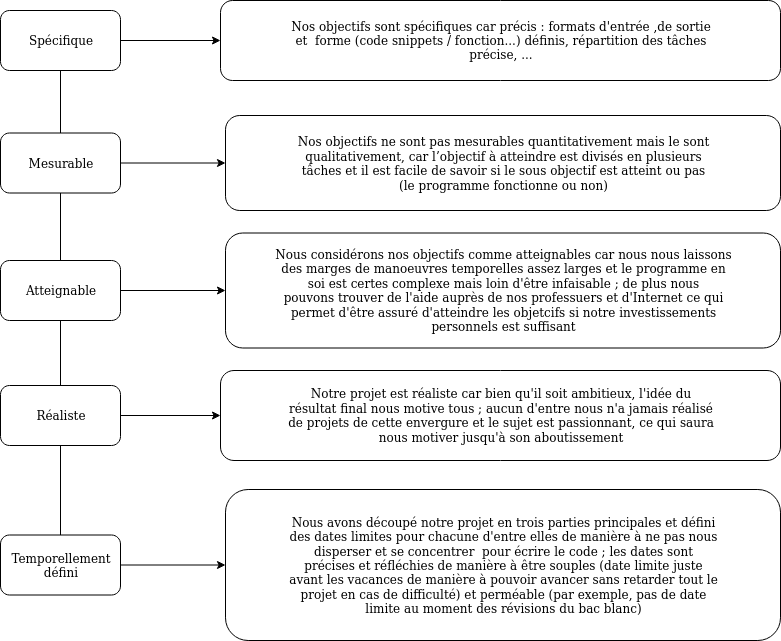
loune20/isn-classification-bayesienne-naive keeps this draw.io diagram as sprint_1/smart.png. Above is the earlier version. Source tidied: cells renumbered, new cells last; positions are measured from the earlier drawing's top-left corner, leaving out a move shared by most shapes. Source of this version:
```xml
<mxGraphModel>
  <root>
    <mxCell id="0" />
    <mxCell id="1" parent="0" />
    <mxCell id="2" style="edgeStyle=orthogonalEdgeStyle;rounded=0;jettySize=auto;html=1;entryX=0;entryY=0.5;entryDx=0;entryDy=0;" parent="1" edge="1" source="3" target="16">
      <mxGeometry relative="1" as="geometry" />
    </mxCell>
    <mxCell id="3" value="Spécifique" style="rounded=1;whiteSpace=wrap;html=1;" parent="1" vertex="1">
      <mxGeometry y="10" width="120" height="60" as="geometry" />
    </mxCell>
    <mxCell id="4" style="edgeStyle=orthogonalEdgeStyle;rounded=0;jettySize=auto;html=1;entryX=0;entryY=0.5;entryDx=0;entryDy=0;" parent="1" edge="1" source="5" target="17">
      <mxGeometry relative="1" as="geometry" />
    </mxCell>
    <mxCell id="5" value="Mesurable" style="rounded=1;whiteSpace=wrap;html=1;" parent="1" vertex="1">
      <mxGeometry y="132.5" width="120" height="60" as="geometry" />
    </mxCell>
    <mxCell id="6" style="edgeStyle=orthogonalEdgeStyle;rounded=0;jettySize=auto;html=1;entryX=0;entryY=0.5;entryDx=0;entryDy=0;" parent="1" edge="1" source="7" target="18">
      <mxGeometry relative="1" as="geometry" />
    </mxCell>
    <mxCell id="7" value="Atteignable" style="rounded=1;whiteSpace=wrap;html=1;" parent="1" vertex="1">
      <mxGeometry y="260" width="120" height="60" as="geometry" />
    </mxCell>
    <mxCell id="8" style="edgeStyle=orthogonalEdgeStyle;rounded=0;jettySize=auto;html=1;entryX=0;entryY=0.5;entryDx=0;entryDy=0;" parent="1" edge="1" source="9" target="19">
      <mxGeometry relative="1" as="geometry" />
    </mxCell>
    <mxCell id="9" value="Réaliste" style="rounded=1;whiteSpace=wrap;html=1;" parent="1" vertex="1">
      <mxGeometry y="385" width="120" height="60" as="geometry" />
    </mxCell>
    <mxCell id="10" style="edgeStyle=orthogonalEdgeStyle;rounded=0;jettySize=auto;html=1;" parent="1" edge="1" source="11" target="20">
      <mxGeometry relative="1" as="geometry" />
    </mxCell>
    <mxCell id="11" value="Temporellement défini" style="rounded=1;whiteSpace=wrap;html=1;" parent="1" vertex="1">
      <mxGeometry y="534.5" width="120" height="60" as="geometry" />
    </mxCell>
    <mxCell id="12" style="endArrow=none;html=1;exitX=0.5;exitY=0;exitDx=0;exitDy=0;" parent="1" edge="1" source="5" target="3">
      <mxGeometry relative="1" as="geometry" />
    </mxCell>
    <mxCell id="13" style="endArrow=none;html=1;entryX=0.5;entryY=0;entryDx=0;entryDy=0;exitX=0.5;exitY=1;exitDx=0;exitDy=0;" parent="1" edge="1" source="5" target="7">
      <mxGeometry relative="1" as="geometry" />
    </mxCell>
    <mxCell id="14" style="endArrow=none;html=1;exitX=0.5;exitY=0;exitDx=0;exitDy=0;entryX=0.5;entryY=1;entryDx=0;entryDy=0;" parent="1" edge="1" source="9" target="7">
      <mxGeometry relative="1" as="geometry" />
    </mxCell>
    <mxCell id="15" style="endArrow=none;html=1;exitX=0.5;exitY=0;exitDx=0;exitDy=0;" parent="1" edge="1" source="11" target="9">
      <mxGeometry relative="1" as="geometry" />
    </mxCell>
    <mxCell id="16" value="Nos objectifs sont spécifiques car précis : formats d'entrée ,de sortie &lt;br/&gt;et&amp;nbsp; forme (code snippets / fonction...) définis, répartition des tâches &lt;br/&gt;précise, ..." style="rounded=1;whiteSpace=wrap;html=1;" parent="1" vertex="1">
      <mxGeometry x="220" width="560" height="80" as="geometry" />
    </mxCell>
    <mxCell id="17" value="Nos objectifs ne sont pas mesurables quantitativement mais le sont &lt;br/&gt;qualitativement, car l’objectif à atteindre est divisés en plusieurs &lt;br/&gt;tâches et il est facile de savoir si le sous objectif est atteint ou pas&lt;br/&gt; (le programme fonctionne ou non)" style="rounded=1;whiteSpace=wrap;html=1;" parent="1" vertex="1">
      <mxGeometry x="225" y="115" width="555" height="95" as="geometry" />
    </mxCell>
    <mxCell id="18" value="Nous considérons nos objectifs comme atteignables car nous nous laissons&lt;br/&gt; des marges de manoeuvres temporelles assez larges et le programme en &lt;br/&gt;soi est certes complexe mais loin d'être infaisable ; de plus nous &lt;br/&gt;pouvons trouver de l'aide auprès de nos professuers et d'Internet ce qui&lt;br/&gt; permet d'être assuré d'atteindre les objetcifs si notre investissements&lt;br/&gt; personnels est suffisant" style="rounded=1;whiteSpace=wrap;html=1;" parent="1" vertex="1">
      <mxGeometry x="225" y="232.5" width="555" height="115" as="geometry" />
    </mxCell>
    <mxCell id="19" value="Notre projet est réaliste car bien qu'il soit ambitieux, l'idée du &lt;br/&gt;résultat final nous motive tous ; aucun d'entre nous n'a jamais réalisé &lt;br/&gt;de projets de cette envergure et le sujet est passionnant, ce qui saura &lt;br/&gt;nous motiver jusqu'à son aboutissement " style="rounded=1;whiteSpace=wrap;html=1;" parent="1" vertex="1">
      <mxGeometry x="220" y="370" width="560" height="90" as="geometry" />
    </mxCell>
    <mxCell id="20" value="Nous avons découpé notre projet en trois parties principales et défini &lt;br/&gt;des dates limites pour chacune d'entre elles de manière à ne pas nous &lt;br/&gt;disperser et se concentrer&amp;nbsp; pour écrire le code ; les dates sont &lt;br/&gt;précises et réfléchies de manière à être souples (date limite juste &lt;br/&gt;avant les vacances de manière à pouvoir avancer sans retarder tout le &lt;br/&gt;projet en cas de difficulté) et perméable (par exemple, pas de date &lt;br/&gt;limite au moment des révisions du bac blanc)" style="rounded=1;whiteSpace=wrap;html=1;" parent="1" vertex="1">
      <mxGeometry x="225" y="489" width="555" height="151" as="geometry" />
    </mxCell>
  </root>
</mxGraphModel>
```
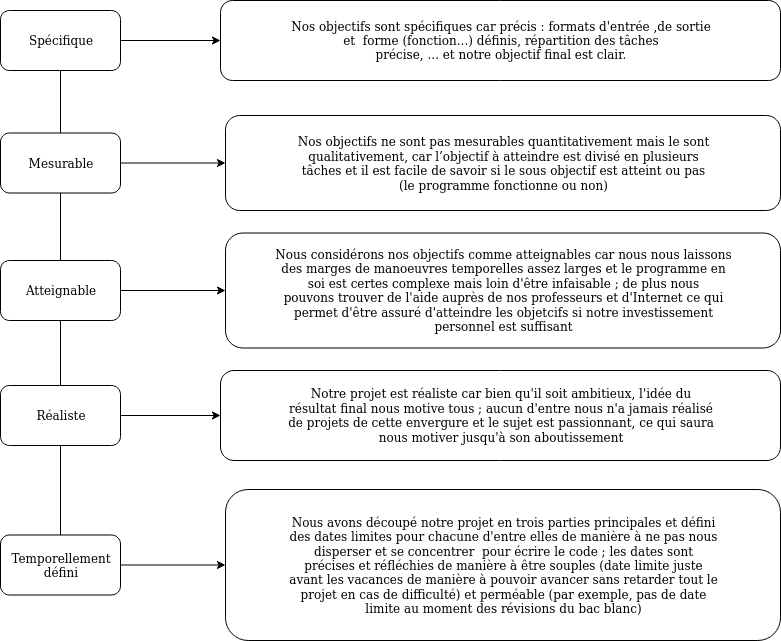
The same diagram one commit later.

Diff of the diagram source:
```diff
@@ -44,13 +44,13 @@
     <mxCell id="15" style="endArrow=none;html=1;exitX=0.5;exitY=0;exitDx=0;exitDy=0;" parent="1" edge="1" source="11" target="9">
       <mxGeometry relative="1" as="geometry" />
     </mxCell>
-    <mxCell id="16" value="Nos objectifs sont spécifiques car précis : formats d'entrée ,de sortie &lt;br/&gt;et&amp;nbsp; forme (code snippets / fonction...) définis, répartition des tâches &lt;br/&gt;précise, ..." style="rounded=1;whiteSpace=wrap;html=1;" parent="1" vertex="1">
+    <mxCell id="16" value="Nos objectifs sont spécifiques car précis : formats d'entrée ,de sortie &lt;br&gt;et&amp;nbsp; forme (fonction...) définis, répartition des tâches &lt;br&gt;précise, ... et notre objectif final est clair." style="rounded=1;whiteSpace=wrap;html=1;" parent="1" vertex="1">
       <mxGeometry x="220" width="560" height="80" as="geometry" />
     </mxCell>
-    <mxCell id="17" value="Nos objectifs ne sont pas mesurables quantitativement mais le sont &lt;br/&gt;qualitativement, car l’objectif à atteindre est divisés en plusieurs &lt;br/&gt;tâches et il est facile de savoir si le sous objectif est atteint ou pas&lt;br/&gt; (le programme fonctionne ou non)" style="rounded=1;whiteSpace=wrap;html=1;" parent="1" vertex="1">
+    <mxCell id="17" value="Nos objectifs ne sont pas mesurables quantitativement mais le sont &lt;br&gt;qualitativement, car l’objectif à atteindre est divisé en plusieurs &lt;br&gt;tâches et il est facile de savoir si le sous objectif est atteint ou pas&lt;br&gt; (le programme fonctionne ou non)" style="rounded=1;whiteSpace=wrap;html=1;" parent="1" vertex="1">
       <mxGeometry x="225" y="115" width="555" height="95" as="geometry" />
     </mxCell>
-    <mxCell id="18" value="Nous considérons nos objectifs comme atteignables car nous nous laissons&lt;br/&gt; des marges de manoeuvres temporelles assez larges et le programme en &lt;br/&gt;soi est certes complexe mais loin d'être infaisable ; de plus nous &lt;br/&gt;pouvons trouver de l'aide auprès de nos professuers et d'Internet ce qui&lt;br/&gt; permet d'être assuré d'atteindre les objetcifs si notre investissements&lt;br/&gt; personnels est suffisant" style="rounded=1;whiteSpace=wrap;html=1;" parent="1" vertex="1">
+    <mxCell id="18" value="Nous considérons nos objectifs comme atteignables car nous nous laissons&lt;br&gt; des marges de manoeuvres temporelles assez larges et le programme en &lt;br&gt;soi est certes complexe mais loin d'être infaisable ; de plus nous &lt;br&gt;pouvons trouver de l'aide auprès de nos professeurs et d'Internet ce qui&lt;br&gt; permet d'être assuré d'atteindre les objetcifs si notre investissement&lt;br&gt; personnel est suffisant" style="rounded=1;whiteSpace=wrap;html=1;" parent="1" vertex="1">
       <mxGeometry x="225" y="232.5" width="555" height="115" as="geometry" />
     </mxCell>
     <mxCell id="19" value="Notre projet est réaliste car bien qu'il soit ambitieux, l'idée du &lt;br/&gt;résultat final nous motive tous ; aucun d'entre nous n'a jamais réalisé &lt;br/&gt;de projets de cette envergure et le sujet est passionnant, ce qui saura &lt;br/&gt;nous motiver jusqu'à son aboutissement " style="rounded=1;whiteSpace=wrap;html=1;" parent="1" vertex="1">
```
